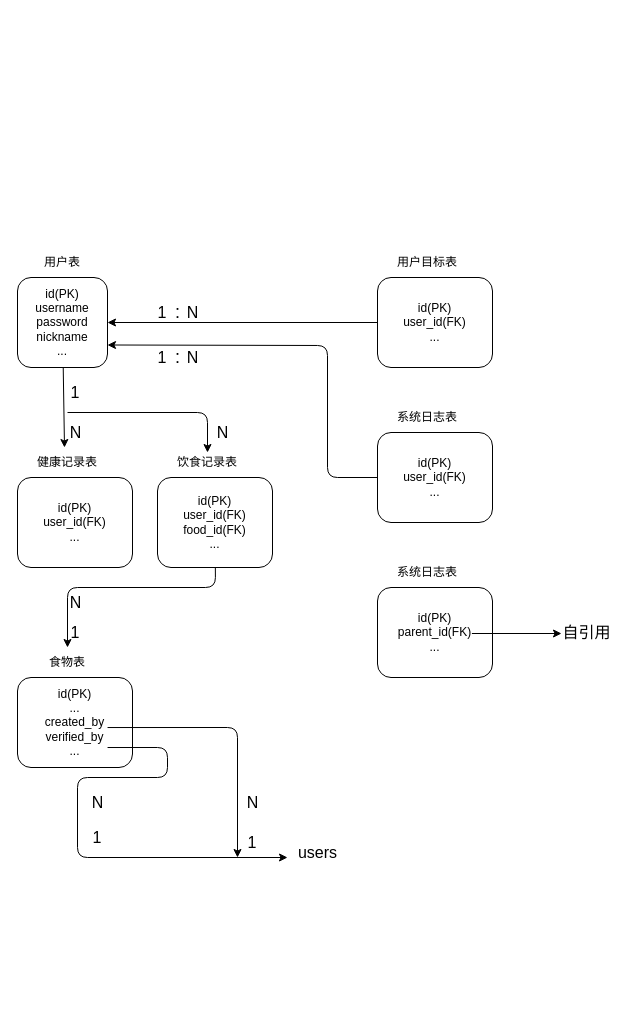
Earlier version of the draw.io diagram 程序实现文档/db/表关系图.dio (gerrykf/thesis). Source tidied: cells renumbered, new cells numbered last; positions are measured from the earlier drawing's top-left corner, leaving out a move shared by most shapes. Both pictures are drawn from the tidied source at 100%, with x=0, y=0 at pixel (17, 247).
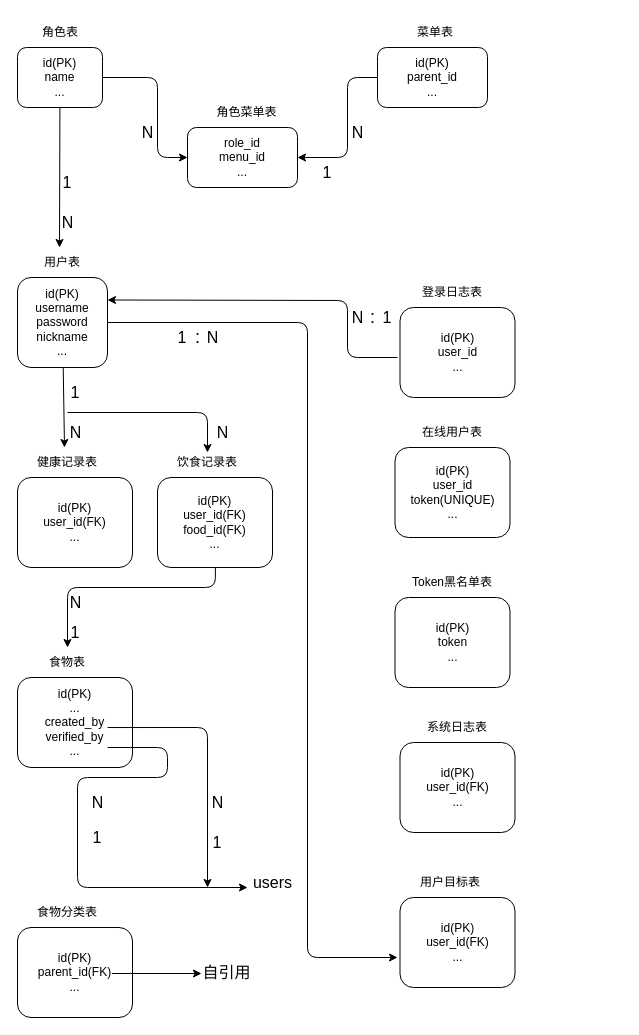
After the change.

The change refers to these unchanged cells:
```xml
<mxCell id="2" value="id(PK)&lt;br&gt;username&lt;br&gt;password&lt;br&gt;nickname&lt;br&gt;..." style="rounded=1;whiteSpace=wrap;html=1;" parent="1" vertex="1">
  <mxGeometry y="30" width="90" height="90" as="geometry" />
</mxCell>
<mxCell id="14" value="&lt;span style=&quot;color: rgb(0, 0, 0);&quot;&gt;id(PK)&lt;/span&gt;&lt;br style=&quot;color: rgb(63, 63, 63); scrollbar-color: rgb(226, 226, 226) rgb(251, 251, 251);&quot;&gt;...&lt;br&gt;created_by&lt;br&gt;verified_by&lt;br&gt;..." style="rounded=1;whiteSpace=wrap;html=1;" parent="1" vertex="1">
  <mxGeometry y="430" width="115" height="90" as="geometry" />
</mxCell>
```

The edit, as a diff of the source:
```diff
@@
+    <mxCell id="41" style="edgeStyle=none;html=1;" parent="1" edge="1" source="2">
+      <mxGeometry relative="1" as="geometry">
+        <mxPoint x="380" y="710" as="targetPoint" />
+        <Array as="points">
+          <mxPoint x="290" y="75" />
+          <mxPoint x="290" y="710" />
+        </Array>
+      </mxGeometry>
+    </mxCell>
@@
     <mxCell id="18" style="endArrow=classic;html=1;exitX=0.783;exitY=0.556;exitDx=0;exitDy=0;exitPerimeter=0;" parent="1" edge="1" source="14">
       <mxGeometry relative="1" as="geometry">
-        <mxPoint x="220" y="610" as="targetPoint" />
+        <mxPoint x="190" y="640" as="targetPoint" />
         <Array as="points">
-          <mxPoint x="220" y="480" />
+          <mxPoint x="190" y="480" />
         </Array>
       </mxGeometry>
     </mxCell>
     <mxCell id="19" style="endArrow=classic;html=1;exitX=0.783;exitY=0.778;exitDx=0;exitDy=0;exitPerimeter=0;" parent="1" edge="1" source="14">
       <mxGeometry relative="1" as="geometry">
-        <mxPoint x="270" y="610" as="targetPoint" />
+        <mxPoint x="230" y="640" as="targetPoint" />
         <Array as="points">
           <mxPoint x="150" y="500" />
           <mxPoint x="150" y="530" />
           <mxPoint x="60" y="530" />
-          <mxPoint x="60" y="610" />
+          <mxPoint x="60" y="640" />
         </Array>
       </mxGeometry>
     </mxCell>
     <mxCell id="20" value="users" style="text;html=1;align=center;verticalAlign=middle;strokeColor=none;fillColor=none;fontSize=16;" parent="1" vertex="1">
-      <mxGeometry x="270" y="590" width="60" height="30" as="geometry" />
+      <mxGeometry x="225" y="620" width="60" height="30" as="geometry" />
     </mxCell>
     <mxCell id="21" value="&lt;font style=&quot;font-size: 16px;&quot;&gt;1&lt;/font&gt;" style="text;html=1;align=center;verticalAlign=middle;whiteSpace=wrap;rounded=0;" parent="1" vertex="1">
-      <mxGeometry x="205" y="585" width="60" height="20" as="geometry" />
+      <mxGeometry x="170" y="585" width="60" height="20" as="geometry" />
     </mxCell>
     <mxCell id="22" value="&lt;font style=&quot;font-size: 16px;&quot;&gt;N&lt;/font&gt;" style="text;html=1;align=center;verticalAlign=middle;strokeColor=none;fillColor=none;" parent="1" vertex="1">
-      <mxGeometry x="215" y="540" width="40" height="30" as="geometry" />
+      <mxGeometry x="180" y="540" width="40" height="30" as="geometry" />
     </mxCell>
@@
-    <mxCell id="25" style="edgeStyle=none;html=1;entryX=1;entryY=0.5;entryDx=0;entryDy=0;" parent="1" edge="1" source="26" target="2">
-      <mxGeometry relative="1" as="geometry" />
-    </mxCell>
     <mxCell id="26" value="&lt;span style=&quot;color: rgb(0, 0, 0);&quot;&gt;id(PK)&lt;/span&gt;&lt;br style=&quot;color: rgb(63, 63, 63); scrollbar-color: rgb(226, 226, 226) rgb(251, 251, 251);&quot;&gt;&lt;span style=&quot;color: rgb(0, 0, 0);&quot;&gt;user_id(FK)&lt;br&gt;&lt;/span&gt;..." style="rounded=1;whiteSpace=wrap;html=1;" parent="1" vertex="1">
-      <mxGeometry x="360" y="30" width="115" height="90" as="geometry" />
+      <mxGeometry x="382.5" y="650" width="115" height="90" as="geometry" />
     </mxCell>
     <mxCell id="27" value="用户目标表" style="text;html=1;align=center;verticalAlign=middle;whiteSpace=wrap;rounded=0;" parent="1" vertex="1">
-      <mxGeometry x="375" width="70" height="30" as="geometry" />
+      <mxGeometry x="397.5" y="620" width="70" height="30" as="geometry" />
     </mxCell>
-    <mxCell id="28" value="&lt;font style=&quot;font-size: 16px;&quot;&gt;1&lt;/font&gt;" style="text;html=1;align=center;verticalAlign=middle;whiteSpace=wrap;rounded=0;" parent="1" vertex="1">
-      <mxGeometry x="115" y="50" width="60" height="30" as="geometry" />
-    </mxCell>
-    <mxCell id="29" value="&lt;font style=&quot;font-size: 16px;&quot;&gt;N&lt;/font&gt;" style="text;html=1;align=center;verticalAlign=middle;strokeColor=none;fillColor=none;" parent="1" vertex="1">
-      <mxGeometry x="155" y="50" width="40" height="30" as="geometry" />
-    </mxCell>
-    <mxCell id="30" value=":" style="text;html=1;align=center;verticalAlign=middle;strokeColor=none;fillColor=none;fontSize=18;" parent="1" vertex="1">
-      <mxGeometry x="145" y="45" width="30" height="40" as="geometry" />
-    </mxCell>
-    <mxCell id="31" style="edgeStyle=none;html=1;entryX=1;entryY=0.75;entryDx=0;entryDy=0;" parent="1" edge="1" source="32" target="2">
-      <mxGeometry relative="1" as="geometry">
-        <Array as="points">
-          <mxPoint x="310" y="230" />
-          <mxPoint x="310" y="98" />
-        </Array>
-      </mxGeometry>
-    </mxCell>
-    <mxCell id="32" value="&lt;span style=&quot;color: rgb(0, 0, 0);&quot;&gt;id(PK)&lt;/span&gt;&lt;br style=&quot;color: rgb(63, 63, 63); scrollbar-color: rgb(226, 226, 226) rgb(251, 251, 251);&quot;&gt;&lt;span style=&quot;color: rgb(0, 0, 0);&quot;&gt;user_id(FK)&lt;br&gt;&lt;/span&gt;..." style="rounded=1;whiteSpace=wrap;html=1;" parent="1" vertex="1">
-      <mxGeometry x="360" y="185" width="115" height="90" as="geometry" />
+    <mxCell id="32" value="&lt;span style=&quot;color: rgb(0, 0, 0);&quot;&gt;id(PK)&lt;/span&gt;&lt;br style=&quot;color: rgb(63, 63, 63); scrollbar-color: rgb(226, 226, 226) rgb(251, 251, 251);&quot;&gt;&lt;span style=&quot;color: rgb(0, 0, 0);&quot;&gt;token&lt;br&gt;&lt;/span&gt;..." style="rounded=1;whiteSpace=wrap;html=1;" parent="1" vertex="1">
+      <mxGeometry x="377.5" y="350" width="115" height="90" as="geometry" />
     </mxCell>
-    <mxCell id="33" value="系统日志表" style="text;html=1;align=center;verticalAlign=middle;whiteSpace=wrap;rounded=0;" parent="1" vertex="1">
-      <mxGeometry x="375" y="155" width="70" height="30" as="geometry" />
+    <mxCell id="33" value="Token黑名单表" style="text;html=1;align=center;verticalAlign=middle;whiteSpace=wrap;rounded=0;" parent="1" vertex="1">
+      <mxGeometry x="390" y="320" width="90" height="30" as="geometry" />
     </mxCell>
     <mxCell id="34" value="&lt;font style=&quot;font-size: 16px;&quot;&gt;1&lt;/font&gt;" style="text;html=1;align=center;verticalAlign=middle;whiteSpace=wrap;rounded=0;" parent="1" vertex="1">
-      <mxGeometry x="115" y="95" width="60" height="30" as="geometry" />
+      <mxGeometry x="135" y="75" width="60" height="30" as="geometry" />
     </mxCell>
     <mxCell id="35" value="&lt;font style=&quot;font-size: 16px;&quot;&gt;N&lt;/font&gt;" style="text;html=1;align=center;verticalAlign=middle;strokeColor=none;fillColor=none;" parent="1" vertex="1">
-      <mxGeometry x="155" y="95" width="40" height="30" as="geometry" />
+      <mxGeometry x="175" y="75" width="40" height="30" as="geometry" />
     </mxCell>
     <mxCell id="36" value=":" style="text;html=1;align=center;verticalAlign=middle;strokeColor=none;fillColor=none;fontSize=18;" parent="1" vertex="1">
-      <mxGeometry x="145" y="90" width="30" height="40" as="geometry" />
+      <mxGeometry x="165" y="70" width="30" height="40" as="geometry" />
     </mxCell>
+    <mxCell id="42" style="edgeStyle=none;html=1;entryX=0;entryY=0.5;entryDx=0;entryDy=0;" parent="1" edge="1" source="43" target="51">
+      <mxGeometry relative="1" as="geometry">
+        <Array as="points">
+          <mxPoint x="140" y="-170" />
+          <mxPoint x="140" y="-90" />
+        </Array>
+      </mxGeometry>
+    </mxCell>
+    <mxCell id="43" value="id(PK)&lt;br&gt;name&lt;br&gt;..." style="rounded=1;whiteSpace=wrap;html=1;" parent="1" vertex="1">
+      <mxGeometry y="-200" width="85" height="60" as="geometry" />
+    </mxCell>
+    <mxCell id="44" value="角色表" style="text;html=1;align=center;verticalAlign=middle;whiteSpace=wrap;rounded=0;" parent="1" vertex="1">
+      <mxGeometry x="12.5" y="-230" width="60" height="30" as="geometry" />
+    </mxCell>
+    <mxCell id="45" style="edgeStyle=none;html=1;" parent="1" edge="1" source="43">
+      <mxGeometry relative="1" as="geometry">
+        <mxPoint x="42" as="targetPoint" />
+      </mxGeometry>
+    </mxCell>
+    <mxCell id="46" value="&lt;font style=&quot;font-size: 16px;&quot;&gt;1&lt;/font&gt;" style="text;html=1;align=center;verticalAlign=middle;whiteSpace=wrap;rounded=0;" parent="1" vertex="1">
+      <mxGeometry x="20" y="-80" width="60" height="30" as="geometry" />
+    </mxCell>
+    <mxCell id="47" value="&lt;font style=&quot;font-size: 16px;&quot;&gt;N&lt;/font&gt;" style="text;html=1;align=center;verticalAlign=middle;strokeColor=none;fillColor=none;" parent="1" vertex="1">
+      <mxGeometry x="30" y="-40" width="40" height="30" as="geometry" />
+    </mxCell>
+    <mxCell id="48" style="edgeStyle=none;html=1;entryX=1;entryY=0.5;entryDx=0;entryDy=0;" parent="1" edge="1" source="49" target="51">
+      <mxGeometry relative="1" as="geometry">
+        <Array as="points">
+          <mxPoint x="330" y="-170" />
+          <mxPoint x="330" y="-90" />
+        </Array>
+      </mxGeometry>
+    </mxCell>
+    <mxCell id="49" value="id(PK)&lt;br&gt;parent_id&lt;br&gt;..." style="rounded=1;whiteSpace=wrap;html=1;" parent="1" vertex="1">
+      <mxGeometry x="360" y="-200" width="110" height="60" as="geometry" />
+    </mxCell>
+    <mxCell id="50" value="菜单表" style="text;html=1;align=center;verticalAlign=middle;whiteSpace=wrap;rounded=0;" parent="1" vertex="1">
+      <mxGeometry x="387.5" y="-230" width="60" height="30" as="geometry" />
+    </mxCell>
+    <mxCell id="51" value="role_id&lt;br&gt;menu_id&lt;br&gt;..." style="rounded=1;whiteSpace=wrap;html=1;" parent="1" vertex="1">
+      <mxGeometry x="170" y="-120" width="110" height="60" as="geometry" />
+    </mxCell>
+    <mxCell id="52" value="角色菜单表" style="text;html=1;align=center;verticalAlign=middle;whiteSpace=wrap;rounded=0;" parent="1" vertex="1">
+      <mxGeometry x="197.5" y="-150" width="62.5" height="30" as="geometry" />
+    </mxCell>
+    <mxCell id="53" value="&lt;font style=&quot;font-size: 16px;&quot;&gt;N&lt;/font&gt;" style="text;html=1;align=center;verticalAlign=middle;strokeColor=none;fillColor=none;" parent="1" vertex="1">
+      <mxGeometry x="320" y="-130" width="40" height="30" as="geometry" />
+    </mxCell>
+    <mxCell id="54" value="&lt;font style=&quot;font-size: 16px;&quot;&gt;N&lt;/font&gt;" style="text;html=1;align=center;verticalAlign=middle;strokeColor=none;fillColor=none;" parent="1" vertex="1">
+      <mxGeometry x="110" y="-130" width="40" height="30" as="geometry" />
+    </mxCell>
+    <mxCell id="55" value="&lt;font style=&quot;font-size: 16px;&quot;&gt;1&lt;/font&gt;" style="text;html=1;align=center;verticalAlign=middle;whiteSpace=wrap;rounded=0;" parent="1" vertex="1">
+      <mxGeometry x="280" y="-90" width="60" height="30" as="geometry" />
+    </mxCell>
+    <mxCell id="56" value="&lt;span style=&quot;color: rgb(0, 0, 0);&quot;&gt;id(PK)&lt;/span&gt;&lt;br style=&quot;color: rgb(63, 63, 63); scrollbar-color: rgb(226, 226, 226) rgb(251, 251, 251);&quot;&gt;&lt;span style=&quot;color: rgb(0, 0, 0);&quot;&gt;user_id&lt;/span&gt;&lt;div&gt;&lt;span style=&quot;color: rgb(0, 0, 0);&quot;&gt;&lt;font color=&quot;#000000&quot;&gt;token(UNIQUE)&lt;br&gt;&lt;/font&gt;&lt;/span&gt;...&lt;/div&gt;" style="rounded=1;whiteSpace=wrap;html=1;" parent="1" vertex="1">
+      <mxGeometry x="377.5" y="200" width="115" height="90" as="geometry" />
+    </mxCell>
+    <mxCell id="57" value="在线用户表" style="text;html=1;align=center;verticalAlign=middle;whiteSpace=wrap;rounded=0;" parent="1" vertex="1">
+      <mxGeometry x="400" y="170" width="70" height="30" as="geometry" />
+    </mxCell>
+    <mxCell id="58" style="edgeStyle=none;html=1;entryX=1;entryY=0.25;entryDx=0;entryDy=0;" parent="1" edge="1" target="2">
+      <mxGeometry relative="1" as="geometry">
+        <mxPoint x="380" y="110" as="sourcePoint" />
+        <Array as="points">
+          <mxPoint x="330" y="110" />
+          <mxPoint x="330" y="53" />
+        </Array>
+      </mxGeometry>
+    </mxCell>
+    <mxCell id="59" value="&lt;span style=&quot;color: rgb(0, 0, 0);&quot;&gt;id(PK)&lt;/span&gt;&lt;br style=&quot;color: rgb(63, 63, 63); scrollbar-color: rgb(226, 226, 226) rgb(251, 251, 251);&quot;&gt;&lt;span style=&quot;color: rgb(0, 0, 0);&quot;&gt;user_id&lt;br&gt;&lt;/span&gt;..." style="rounded=1;whiteSpace=wrap;html=1;" parent="1" vertex="1">
+      <mxGeometry x="382.5" y="60" width="115" height="90" as="geometry" />
+    </mxCell>
+    <mxCell id="60" value="登录日志表" style="text;html=1;align=center;verticalAlign=middle;whiteSpace=wrap;rounded=0;" parent="1" vertex="1">
+      <mxGeometry x="400" y="30" width="70" height="30" as="geometry" />
+    </mxCell>
     <mxCell id="37" value="&lt;span style=&quot;color: rgb(0, 0, 0);&quot;&gt;id(PK)&lt;/span&gt;&lt;br style=&quot;color: rgb(63, 63, 63); scrollbar-color: rgb(226, 226, 226) rgb(251, 251, 251);&quot;&gt;&lt;span style=&quot;color: rgb(0, 0, 0);&quot;&gt;parent_id(FK)&lt;br&gt;&lt;/span&gt;..." style="rounded=1;whiteSpace=wrap;html=1;" parent="1" vertex="1">
-      <mxGeometry x="360" y="340" width="115" height="90" as="geometry" />
+      <mxGeometry y="680" width="115" height="90" as="geometry" />
     </mxCell>
+    <mxCell id="61" value="食物分类表" style="text;html=1;align=center;verticalAlign=middle;whiteSpace=wrap;rounded=0;" parent="1" vertex="1">
+      <mxGeometry x="15" y="650" width="70" height="30" as="geometry" />
+    </mxCell>
+    <mxCell id="39" value="自引用" style="text;html=1;align=center;verticalAlign=middle;strokeColor=none;fillColor=none;fontSize=16;" parent="1" vertex="1">
+      <mxGeometry x="174" y="710" width="70" height="30" as="geometry" />
+    </mxCell>
+    <mxCell id="62" style="endArrow=classic;html=1;" parent="1" edge="1">
+      <mxGeometry relative="1" as="geometry">
+        <mxPoint x="94.4" y="726" as="sourcePoint" />
+        <mxPoint x="184" y="726" as="targetPoint" />
+      </mxGeometry>
+    </mxCell>
+    <mxCell id="63" value="&lt;font style=&quot;font-size: 16px;&quot;&gt;N&lt;/font&gt;" style="text;html=1;align=center;verticalAlign=middle;strokeColor=none;fillColor=none;" parent="1" vertex="1">
+      <mxGeometry x="320" y="55" width="40" height="30" as="geometry" />
+    </mxCell>
+    <mxCell id="30" value=":" style="text;html=1;align=center;verticalAlign=middle;strokeColor=none;fillColor=none;fontSize=18;" parent="1" vertex="1">
+      <mxGeometry x="340" y="50" width="30" height="40" as="geometry" />
+    </mxCell>
+    <mxCell id="64" value="&lt;font style=&quot;font-size: 16px;&quot;&gt;1&lt;/font&gt;" style="text;html=1;align=center;verticalAlign=middle;whiteSpace=wrap;rounded=0;" parent="1" vertex="1">
+      <mxGeometry x="340" y="55" width="60" height="30" as="geometry" />
+    </mxCell>
+    <mxCell id="65" value="&lt;span style=&quot;color: rgb(0, 0, 0);&quot;&gt;id(PK)&lt;/span&gt;&lt;br style=&quot;color: rgb(63, 63, 63); scrollbar-color: rgb(226, 226, 226) rgb(251, 251, 251);&quot;&gt;&lt;span style=&quot;color: rgb(0, 0, 0);&quot;&gt;&lt;span style=&quot;color: rgb(0, 0, 0);&quot;&gt;user_id(FK)&lt;/span&gt;&lt;br&gt;&lt;/span&gt;..." style="rounded=1;whiteSpace=wrap;html=1;" parent="1" vertex="1">
+      <mxGeometry x="382.5" y="495" width="115" height="90" as="geometry" />
+    </mxCell>
     <mxCell id="38" value="系统日志表" style="text;html=1;align=center;verticalAlign=middle;whiteSpace=wrap;rounded=0;" parent="1" vertex="1">
-      <mxGeometry x="375" y="310" width="70" height="30" as="geometry" />
+      <mxGeometry x="405" y="465" width="70" height="30" as="geometry" />
     </mxCell>
-    <mxCell id="39" value="自引用" style="text;html=1;align=center;verticalAlign=middle;strokeColor=none;fillColor=none;fontSize=16;" parent="1" vertex="1">
-      <mxGeometry x="534" y="370" width="70" height="30" as="geometry" />
-    </mxCell>
-    <mxCell id="40" style="endArrow=classic;html=1;" parent="1" edge="1">
-      <mxGeometry relative="1" as="geometry">
-        <mxPoint x="454.4" y="386" as="sourcePoint" />
-        <mxPoint x="544" y="386" as="targetPoint" />
-      </mxGeometry>
-    </mxCell>
```
